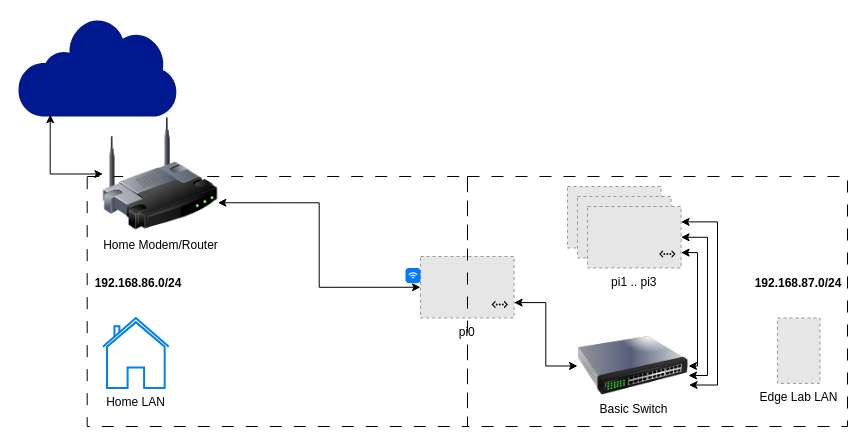
Above: media/edge-lab-network.drawio in jakelevirne/edge-lab (draw.io), before the change. Source tidied: cells renumbered, new cells numbered last; positions are measured from the earlier drawing's top-left corner, leaving out a move shared by most shapes. Both pictures are drawn from the tidied source at 100%, with x=0, y=0 at pixel (17, 17). Pictures stored in the file or linked from it are replaced by grey dashed boxes.
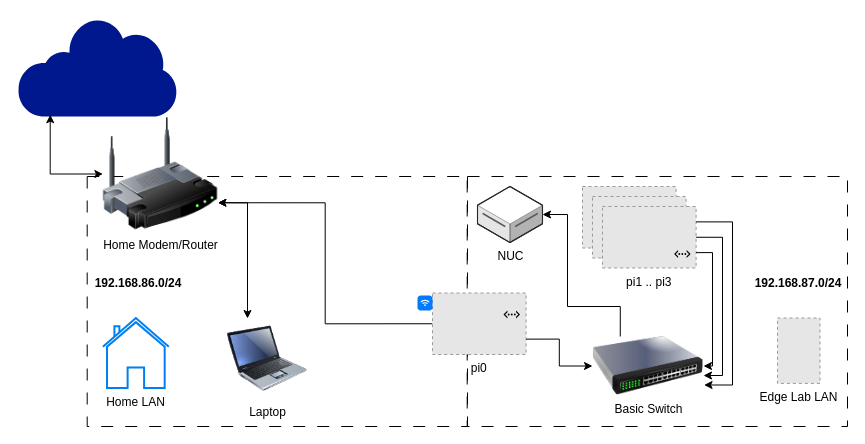
Above is the later version.

The change refers to these unchanged cells:
```xml
<mxCell id="7" value="pi1 .. pi3" style="fillColor=#E6E6E6;strokeColor=#999999;dashed=1;verticalLabelPosition=bottom;labelBackgroundColor=default;verticalAlign=top;" parent="4" vertex="1">
  <mxGeometry x="20" y="20" width="93.6" height="61.5" as="geometry" />
</mxCell>
<mxCell id="11" value="Home Modem/Router" style="image;html=1;image=img/lib/clip_art/networking/Wireless_Router_128x128.png;" parent="1" vertex="1">
  <mxGeometry x="85.4" y="99" width="115" height="115" as="geometry" />
</mxCell>
```

What changed in the source:
```diff
@@
+    <mxCell id="23" style="whiteSpace=wrap;html=1;fillColor=none;dashed=1;dashPattern=12 12;" parent="1" vertex="1">
+      <mxGeometry x="450" y="159" width="380" height="250" as="geometry" />
+    </mxCell>
     <mxCell id="2" style="whiteSpace=wrap;html=1;fillColor=none;dashed=1;dashPattern=12 12;" parent="1" vertex="1">
-      <mxGeometry x="69.7" y="159" width="380.3" height="250" as="geometry" />
+      <mxGeometry x="69.7" y="159" width="380" height="250" as="geometry" />
     </mxCell>
-    <mxCell id="3" style="edgeStyle=orthogonalEdgeStyle;rounded=0;jettySize=auto;html=1;exitX=0;exitY=0.5;exitDx=0;exitDy=0;elbow=vertical;endArrow=classic;endFill=1;startArrow=classic;startFill=1;entryX=1;entryY=0.75;entryDx=0;entryDy=0;" parent="1" edge="1" source="13" target="11">
+    <mxCell id="3" style="edgeStyle=orthogonalEdgeStyle;rounded=0;jettySize=auto;html=1;exitX=0;exitY=0.5;exitDx=0;exitDy=0;elbow=vertical;endArrow=classic;endFill=1;startArrow=none;startFill=0;entryX=1;entryY=0.75;entryDx=0;entryDy=0;" parent="1" edge="1" source="13" target="11">
       <mxGeometry relative="1" as="geometry" />
     </mxCell>
     <mxCell id="4" style="group;" parent="1" vertex="1">
-      <mxGeometry x="550" y="169" width="113.6" height="81.5" as="geometry" />
+      <mxGeometry x="565" y="169" width="113.6" height="81.5" as="geometry" />
     </mxCell>
@@
     <mxCell id="12" style="group;" parent="1" vertex="1">
-      <mxGeometry x="388" y="239" width="108.6" height="61.5" as="geometry" />
+      <mxGeometry x="400" y="249" width="108.6" height="61.5" as="geometry" />
     </mxCell>
     <mxCell id="13" value="pi0" style="fillColor=#E6E6E6;strokeColor=#999999;dashed=1;verticalLabelPosition=bottom;labelBackgroundColor=default;verticalAlign=top;" parent="12" vertex="1">
-      <mxGeometry x="15" width="93.6" height="61.5" as="geometry" />
+      <mxGeometry x="15" y="26.5" width="93.6" height="61.5" as="geometry" />
     </mxCell>
     <mxCell id="14" style="html=1;strokeWidth=1;shadow=0;dashed=0;shape=mxgraph.ios7.misc.wifi;fillColor=#007AFF;strokeColor=none;buttonText=;strokeColor2=#222222;fontColor=#222222;fontSize=8;verticalLabelPosition=bottom;verticalAlign=top;align=center;sketch=0;" parent="12" vertex="1">
-      <mxGeometry y="11.5" width="15" height="15" as="geometry" />
+      <mxGeometry y="29" width="15" height="15" as="geometry" />
     </mxCell>
@@
     <mxCell id="17" value="Basic Switch" style="image;html=1;image=img/lib/clip_art/networking/Switch_128x128.png;clipPath=inset(0% 0% 0% 0%);" parent="1" vertex="1">
-      <mxGeometry x="560" y="319" width="111" height="59" as="geometry" />
+      <mxGeometry x="575" y="319" width="111" height="59" as="geometry" />
     </mxCell>
-    <mxCell id="18" style="edgeStyle=orthogonalEdgeStyle;rounded=0;jettySize=auto;html=1;exitX=1;exitY=0.75;exitDx=0;exitDy=0;entryX=1;entryY=0.5;entryDx=0;entryDy=0;elbow=vertical;startArrow=classic;startFill=1;" parent="1" edge="1" source="7" target="17">
+    <mxCell id="18" style="edgeStyle=orthogonalEdgeStyle;rounded=0;jettySize=auto;html=1;exitX=1;exitY=0.75;exitDx=0;exitDy=0;entryX=1;entryY=0.5;entryDx=0;entryDy=0;elbow=vertical;startArrow=none;startFill=0;" parent="1" edge="1" source="7" target="17">
       <mxGeometry relative="1" as="geometry">
         <Array as="points">
-          <mxPoint x="680" y="235" />
-          <mxPoint x="680" y="349" />
+          <mxPoint x="695" y="235" />
+          <mxPoint x="695" y="349" />
         </Array>
       </mxGeometry>
     </mxCell>
-    <mxCell id="19" style="edgeStyle=orthogonalEdgeStyle;rounded=0;jettySize=auto;html=1;exitX=1;exitY=0.5;exitDx=0;exitDy=0;elbow=vertical;entryX=1;entryY=0.661;entryDx=0;entryDy=0;entryPerimeter=0;startArrow=classic;startFill=1;" parent="1" edge="1" source="7" target="17">
+    <mxCell id="19" style="edgeStyle=orthogonalEdgeStyle;rounded=0;jettySize=auto;html=1;exitX=1;exitY=0.5;exitDx=0;exitDy=0;elbow=vertical;entryX=1;entryY=0.661;entryDx=0;entryDy=0;entryPerimeter=0;startArrow=none;startFill=0;" parent="1" edge="1" source="7" target="17">
       <mxGeometry relative="1" as="geometry">
         <Array as="points">
-          <mxPoint x="690" y="220" />
-          <mxPoint x="690" y="358" />
+          <mxPoint x="705" y="220" />
+          <mxPoint x="705" y="358" />
         </Array>
       </mxGeometry>
     </mxCell>
-    <mxCell id="20" style="edgeStyle=orthogonalEdgeStyle;rounded=0;jettySize=auto;html=1;exitX=1;exitY=0.25;exitDx=0;exitDy=0;entryX=1.005;entryY=0.822;entryDx=0;entryDy=0;entryPerimeter=0;elbow=vertical;startArrow=classic;startFill=1;" parent="1" edge="1" source="7" target="17">
+    <mxCell id="20" style="edgeStyle=orthogonalEdgeStyle;rounded=0;jettySize=auto;html=1;exitX=1;exitY=0.25;exitDx=0;exitDy=0;entryX=1.005;entryY=0.822;entryDx=0;entryDy=0;entryPerimeter=0;elbow=vertical;startArrow=none;startFill=0;" parent="1" edge="1" source="7" target="17">
       <mxGeometry relative="1" as="geometry">
         <Array as="points">
-          <mxPoint x="700" y="204" />
-          <mxPoint x="700" y="368" />
+          <mxPoint x="715" y="204" />
+          <mxPoint x="715" y="368" />
         </Array>
       </mxGeometry>
     </mxCell>
@@
-    <mxCell id="22" style="edgeStyle=orthogonalEdgeStyle;rounded=0;jettySize=auto;html=1;exitX=1;exitY=0.75;exitDx=0;exitDy=0;entryX=0;entryY=0.5;entryDx=0;entryDy=0;elbow=vertical;startArrow=classic;startFill=1;" parent="1" edge="1" source="13" target="17">
+    <mxCell id="22" style="edgeStyle=orthogonalEdgeStyle;rounded=0;jettySize=auto;html=1;exitX=1;exitY=0.75;exitDx=0;exitDy=0;entryX=0;entryY=0.5;entryDx=0;entryDy=0;elbow=vertical;startArrow=none;startFill=0;" parent="1" edge="1" source="13" target="17">
       <mxGeometry relative="1" as="geometry" />
     </mxCell>
-    <mxCell id="23" style="whiteSpace=wrap;html=1;fillColor=none;dashed=1;dashPattern=12 12;" parent="1" vertex="1">
-      <mxGeometry x="450" y="159" width="380" height="250" as="geometry" />
-    </mxCell>
@@
+    <mxCell id="26" value="NUC" style="verticalLabelPosition=bottom;html=1;verticalAlign=top;strokeWidth=1;align=center;outlineConnect=0;dashed=0;outlineConnect=0;shape=mxgraph.aws3d.dataServer;strokeColor=#5E5E5E;points=[[0,0.5,0,0,0],[1,0.5,0,0,0]];" parent="1" vertex="1">
+      <mxGeometry x="460" y="169" width="65" height="56" as="geometry" />
+    </mxCell>
+    <mxCell id="27" style="edgeStyle=orthogonalEdgeStyle;rounded=0;jettySize=auto;html=1;exitX=0.25;exitY=0;exitDx=0;exitDy=0;elbow=vertical;endArrow=classic;endFill=1;startArrow=none;startFill=0;entryX=1;entryY=0.5;entryDx=0;entryDy=0;entryPerimeter=0;" parent="1" edge="1" source="17" target="26">
+      <mxGeometry relative="1" as="geometry">
+        <Array as="points">
+          <mxPoint x="603" y="289" />
+          <mxPoint x="550" y="289" />
+          <mxPoint x="550" y="197" />
+        </Array>
+      </mxGeometry>
+    </mxCell>
+    <mxCell id="28" style="edgeStyle=orthogonalEdgeStyle;html=1;exitX=0.25;exitY=0;exitDx=0;exitDy=0;entryX=1;entryY=0.75;entryDx=0;entryDy=0;rounded=0;startArrow=classic;startFill=1;" parent="1" edge="1" source="29" target="11">
+      <mxGeometry relative="1" as="geometry" />
+    </mxCell>
+    <mxCell id="29" value="Laptop" style="image;html=1;image=img/lib/clip_art/computers/Laptop_128x128.png;" parent="1" vertex="1">
+      <mxGeometry x="210" y="301" width="80" height="80" as="geometry" />
+    </mxCell>
```
